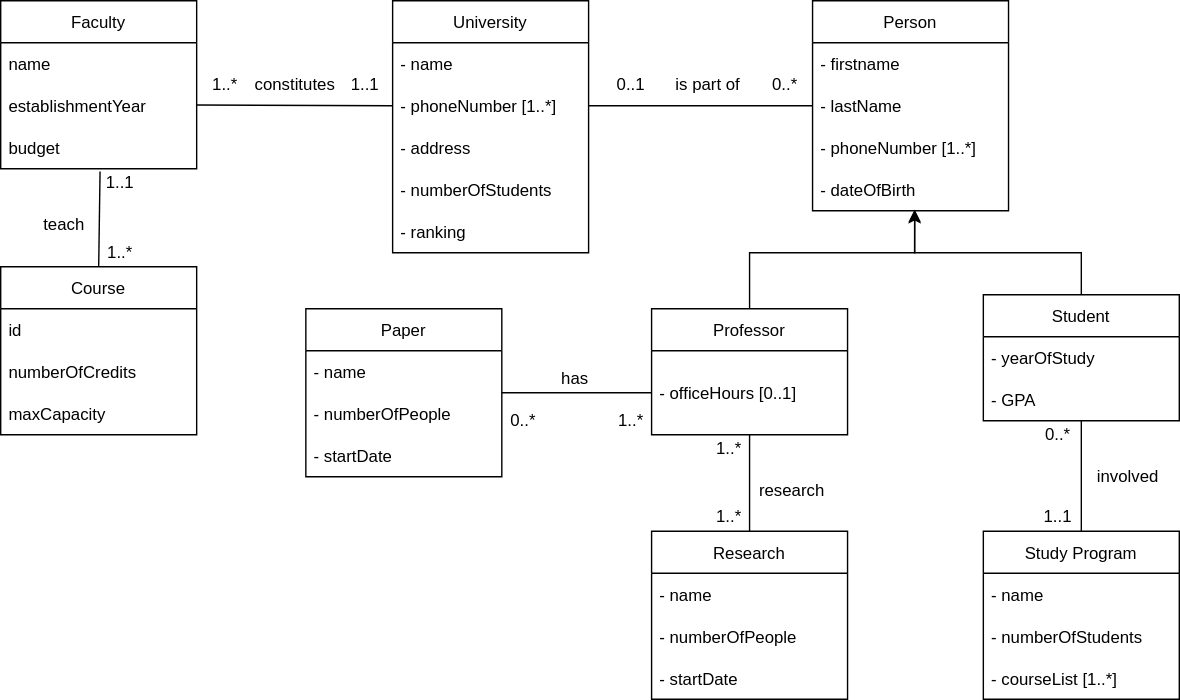
Earlier version of the draw.io export 1/domain.svg (AzamatZarlykov/Data-Formats-Models). Source tidied: cells renumbered, new cells last; positions are measured from the earlier drawing's top-left corner, leaving out a move shared by most shapes.
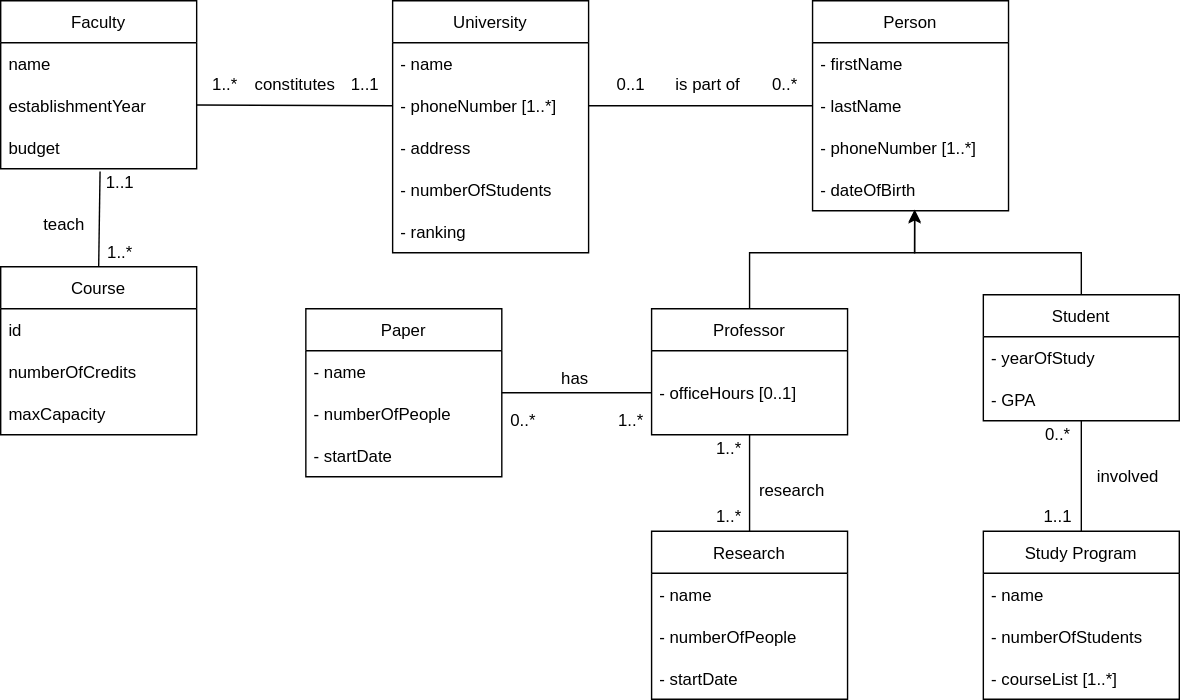
After the commit.

Commit message:
fix a typo in domain file (hw1)

The edit, as a diff of the source:
```diff
@@ -23,7 +23,7 @@
     <mxCell id="8" value="Person" style="swimlane;fontStyle=0;horizontal=1;startSize=30;" parent="1" vertex="1">
       <mxGeometry x="580" width="140" height="150" as="geometry" />
     </mxCell>
-    <mxCell id="9" value="- firstname" style="text;strokeColor=none;fillColor=none;align=left;verticalAlign=middle;spacingLeft=4;spacingRight=4;overflow=hidden;" parent="8" vertex="1">
+    <mxCell id="9" value="- firstName" style="text;strokeColor=none;fillColor=none;align=left;verticalAlign=middle;spacingLeft=4;spacingRight=4;overflow=hidden;" parent="8" vertex="1">
       <mxGeometry y="30" width="140" height="30" as="geometry" />
     </mxCell>
     <mxCell id="10" value="- lastName" style="text;strokeColor=none;fillColor=none;align=left;verticalAlign=middle;spacingLeft=4;spacingRight=4;overflow=hidden;points=[[0,0.5],[1,0.5]];portConstraint=eastwest;" parent="8" vertex="1">
```
